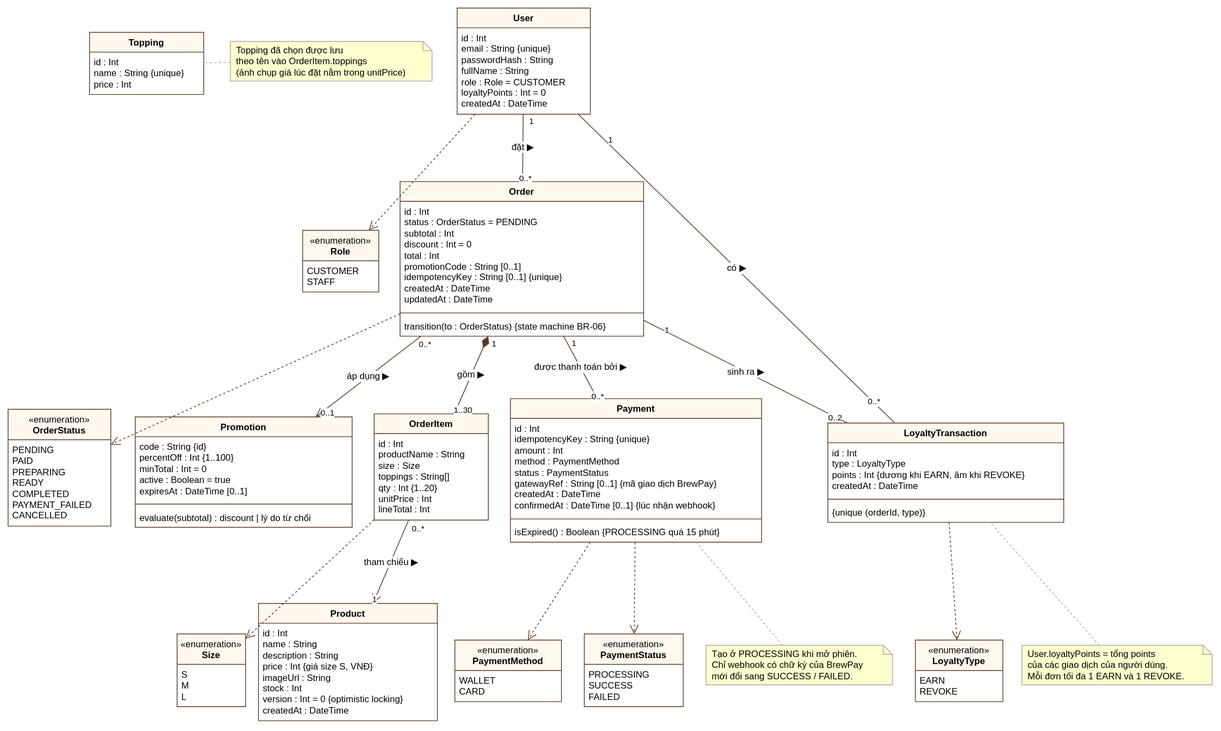
The draw.io diagram docs/diagrams/class-domain.svg in PhucLee23/brewlite-assignment2, before a commit. Source tidied: cells renumbered, new cells last; positions are measured from the earlier drawing's top-left corner, leaving out a move shared by most shapes.
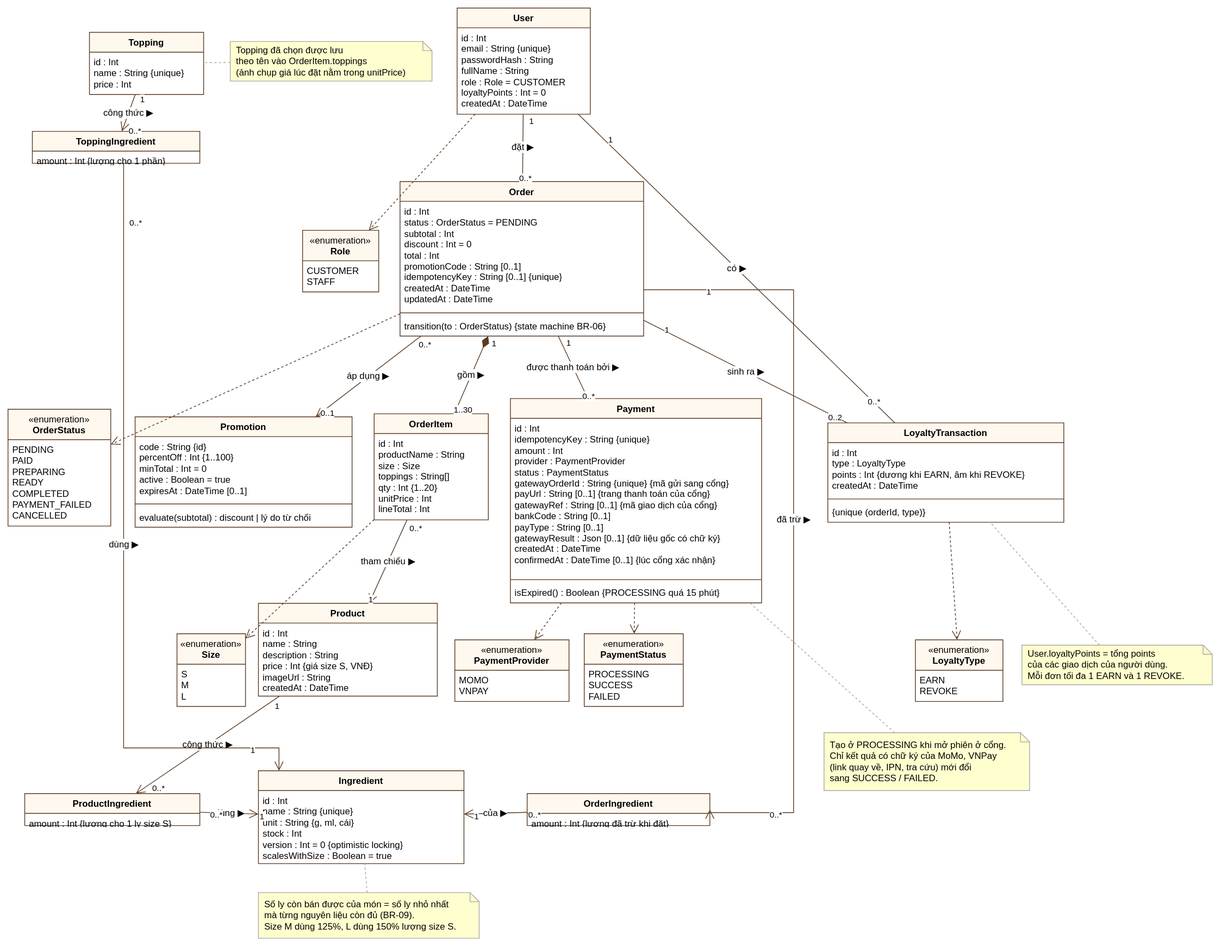
The same file after the commit.

Commit message:
docs(diagrams): xuất lại ảnh class diagram sau khi thêm nguyên liệu, cổng MoMo/VNPay

Change to the diagram source:
```diff
@@ -57,16 +57,16 @@
       <mxGeometry y="26" width="150" height="113.5" as="geometry" />
     </mxCell>
     <mxCell id="20" value="&lt;b&gt;Payment&lt;/b&gt;" style="swimlane;fontStyle=0;align=center;verticalAlign=top;horizontal=1;startSize=26;whiteSpace=wrap;fillColor=#FFF8EE;strokeColor=#5A3A22;fontFamily=Arial;fontSize=12;html=1;" parent="1" vertex="1">
-      <mxGeometry x="660" y="513" width="330" height="188.5" as="geometry" />
+      <mxGeometry x="660" y="513" width="330" height="268.5" as="geometry" />
     </mxCell>
-    <mxCell id="21" value="id : Int&lt;br&gt;idempotencyKey : String {unique}&lt;br&gt;amount : Int&lt;br&gt;method : PaymentMethod&lt;br&gt;status : PaymentStatus&lt;br&gt;gatewayRef : String [0..1] {mã giao dịch BrewPay}&lt;br&gt;createdAt : DateTime&lt;br&gt;confirmedAt : DateTime [0..1] {lúc nhận webhook}" style="text;strokeColor=none;fillColor=none;align=left;verticalAlign=top;spacingLeft=4;spacingRight=4;overflow=hidden;whiteSpace=wrap;html=1;fontFamily=Arial;fontSize=12;" parent="20" vertex="1">
-      <mxGeometry y="26" width="330" height="128" as="geometry" />
+    <mxCell id="21" value="id : Int&lt;br&gt;idempotencyKey : String {unique}&lt;br&gt;amount : Int&lt;br&gt;provider : PaymentProvider&lt;br&gt;status : PaymentStatus&lt;br&gt;gatewayOrderId : String {unique} {mã gửi sang cổng}&lt;br&gt;payUrl : String [0..1] {trang thanh toán của cổng}&lt;br&gt;gatewayRef : String [0..1] {mã giao dịch của cổng}&lt;br&gt;bankCode : String [0..1]&lt;br&gt;payType : String [0..1]&lt;br&gt;gatewayResult : Json [0..1] {dữ liệu gốc có chữ ký}&lt;br&gt;createdAt : DateTime&lt;br&gt;confirmedAt : DateTime [0..1] {lúc cổng xác nhận}" style="text;strokeColor=none;fillColor=none;align=left;verticalAlign=top;spacingLeft=4;spacingRight=4;overflow=hidden;whiteSpace=wrap;html=1;fontFamily=Arial;fontSize=12;" parent="20" vertex="1">
+      <mxGeometry y="26" width="330" height="208" as="geometry" />
     </mxCell>
     <mxCell id="22" style="line;strokeWidth=1;fillColor=none;align=left;verticalAlign=middle;spacingTop=-1;spacingLeft=3;spacingRight=3;labelPosition=right;strokeColor=#5A3A22;" parent="20" vertex="1">
-      <mxGeometry y="154" width="330" height="8" as="geometry" />
+      <mxGeometry y="234" width="330" height="8" as="geometry" />
     </mxCell>
     <mxCell id="23" value="isExpired() : Boolean {PROCESSING quá 15 phút}" style="text;strokeColor=none;fillColor=none;align=left;verticalAlign=top;spacingLeft=4;spacingRight=4;overflow=hidden;whiteSpace=wrap;html=1;fontFamily=Arial;fontSize=12;" parent="20" vertex="1">
-      <mxGeometry y="162" width="330" height="26.5" as="geometry" />
+      <mxGeometry y="242" width="330" height="26.5" as="geometry" />
     </mxCell>
     <mxCell id="24" value="&lt;b&gt;LoyaltyTransaction&lt;/b&gt;" style="swimlane;fontStyle=0;align=center;verticalAlign=top;horizontal=1;startSize=26;whiteSpace=wrap;fillColor=#FFF8EE;strokeColor=#5A3A22;fontFamily=Arial;fontSize=12;html=1;" parent="1" vertex="1">
       <mxGeometry x="1077" y="545" width="310" height="130.5" as="geometry" />
@@ -87,17 +87,17 @@
       <mxGeometry y="40" width="90" height="55.5" as="geometry" />
     </mxCell>
     <mxCell id="30" value="&lt;b&gt;Product&lt;/b&gt;" style="swimlane;fontStyle=0;align=center;verticalAlign=top;horizontal=1;startSize=26;whiteSpace=wrap;fillColor=#FFF8EE;strokeColor=#5A3A22;fontFamily=Arial;fontSize=12;html=1;" parent="1" vertex="1">
-      <mxGeometry x="329" y="782" width="235" height="154" as="geometry" />
+      <mxGeometry x="329" y="782" width="235" height="122" as="geometry" />
     </mxCell>
-    <mxCell id="31" value="id : Int&lt;br&gt;name : String&lt;br&gt;description : String&lt;br&gt;price : Int {giá size S, VNĐ}&lt;br&gt;imageUrl : String&lt;br&gt;stock : Int&lt;br&gt;version : Int = 0 {optimistic locking}&lt;br&gt;createdAt : DateTime" style="text;strokeColor=none;fillColor=none;align=left;verticalAlign=top;spacingLeft=4;spacingRight=4;overflow=hidden;whiteSpace=wrap;html=1;fontFamily=Arial;fontSize=12;" parent="30" vertex="1">
-      <mxGeometry y="26" width="235" height="128" as="geometry" />
+    <mxCell id="31" value="id : Int&lt;br&gt;name : String&lt;br&gt;description : String&lt;br&gt;price : Int {giá size S, VNĐ}&lt;br&gt;imageUrl : String&lt;br&gt;createdAt : DateTime" style="text;strokeColor=none;fillColor=none;align=left;verticalAlign=top;spacingLeft=4;spacingRight=4;overflow=hidden;whiteSpace=wrap;html=1;fontFamily=Arial;fontSize=12;" parent="30" vertex="1">
+      <mxGeometry y="26" width="235" height="96" as="geometry" />
     </mxCell>
-    <mxCell id="32" value="«enumeration»&lt;br&gt;&lt;b&gt;PaymentMethod&lt;/b&gt;" style="swimlane;fontStyle=0;align=center;verticalAlign=top;horizontal=1;startSize=40;whiteSpace=wrap;fillColor=#FFF8EE;strokeColor=#5A3A22;fontFamily=Arial;fontSize=12;html=1;" parent="1" vertex="1">
-      <mxGeometry x="587" y="830" width="140" height="81" as="geometry" />
-    </mxCell>
-    <mxCell id="33" value="WALLET&lt;br&gt;CARD" style="text;strokeColor=none;fillColor=none;align=left;verticalAlign=top;spacingLeft=4;spacingRight=4;overflow=hidden;whiteSpace=wrap;html=1;fontFamily=Arial;fontSize=12;" parent="32" vertex="1">
-      <mxGeometry y="40" width="140" height="41" as="geometry" />
-    </mxCell>
+    <mxCell id="71" value="«enumeration»&lt;br&gt;&lt;b&gt;PaymentProvider&lt;/b&gt;" style="swimlane;fontStyle=0;align=center;verticalAlign=top;horizontal=1;startSize=40;whiteSpace=wrap;fillColor=#FFF8EE;strokeColor=#5A3A22;fontFamily=Arial;fontSize=12;html=1;" parent="1" vertex="1">
+      <mxGeometry x="587" y="830" width="150" height="81" as="geometry" />
+    </mxCell>
+    <mxCell id="72" value="MOMO&lt;br&gt;VNPAY" style="text;strokeColor=none;fillColor=none;align=left;verticalAlign=top;spacingLeft=4;spacingRight=4;overflow=hidden;whiteSpace=wrap;html=1;fontFamily=Arial;fontSize=12;" parent="71" vertex="1">
+      <mxGeometry y="40" width="150" height="41" as="geometry" />
+    </mxCell>
     <mxCell id="34" value="«enumeration»&lt;br&gt;&lt;b&gt;PaymentStatus&lt;/b&gt;" style="swimlane;fontStyle=0;align=center;verticalAlign=top;horizontal=1;startSize=40;whiteSpace=wrap;fillColor=#FFF8EE;strokeColor=#5A3A22;fontFamily=Arial;fontSize=12;html=1;" parent="1" vertex="1">
       <mxGeometry x="757" y="822" width="130" height="95.5" as="geometry" />
     </mxCell>
@@ -116,8 +116,8 @@
     <mxCell id="39" style="endArrow=none;dashed=1;html=1;strokeColor=#A8A8A8;" parent="1" edge="1" source="38" target="2">
       <mxGeometry relative="1" as="geometry" />
     </mxCell>
-    <mxCell id="40" value="Tạo ở PROCESSING khi mở phiên.&lt;br&gt;Chỉ webhook có chữ ký của BrewPay&lt;br&gt;mới đổi sang SUCCESS / FAILED." style="shape=note;whiteSpace=wrap;html=1;size=12;fillColor=#FEFECE;strokeColor=#A8A8A8;align=left;spacingLeft=6;fontFamily=Arial;fontSize=12;" parent="1" vertex="1">
-      <mxGeometry x="917" y="837" width="245" height="52" as="geometry" />
+    <mxCell id="40" value="Tạo ở PROCESSING khi mở phiên ở cổng.&lt;br&gt;Chỉ kết quả có chữ ký của MoMo, VNPay&lt;br&gt;(link quay về, IPN, tra cứu) mới đổi&lt;br&gt;sang SUCCESS / FAILED." style="shape=note;whiteSpace=wrap;html=1;size=12;fillColor=#FEFECE;strokeColor=#A8A8A8;align=left;spacingLeft=6;fontFamily=Arial;fontSize=12;" parent="1" vertex="1">
+      <mxGeometry x="1072" y="952" width="270" height="76" as="geometry" />
     </mxCell>
     <mxCell id="41" style="endArrow=none;dashed=1;html=1;strokeColor=#A8A8A8;" parent="1" edge="1" source="40" target="20">
       <mxGeometry relative="1" as="geometry" />
@@ -228,7 +228,7 @@
     <mxCell id="67" style="endArrow=open;endFill=0;endSize=10;dashed=1;html=1;rounded=0;strokeColor=#5A3A22;fontFamily=Arial;fontSize=12;labelBackgroundColor=#FFFFFF;" parent="1" edge="1" source="18" target="28">
       <mxGeometry relative="1" as="geometry" />
     </mxCell>
-    <mxCell id="68" style="endArrow=open;endFill=0;endSize=10;dashed=1;html=1;rounded=0;strokeColor=#5A3A22;fontFamily=Arial;fontSize=12;labelBackgroundColor=#FFFFFF;" parent="1" edge="1" source="20" target="32">
+    <mxCell id="68" style="endArrow=open;endFill=0;endSize=10;dashed=1;html=1;rounded=0;strokeColor=#5A3A22;fontFamily=Arial;fontSize=12;labelBackgroundColor=#FFFFFF;" parent="1" edge="1" source="20" target="71">
       <mxGeometry relative="1" as="geometry" />
     </mxCell>
     <mxCell id="69" style="endArrow=open;endFill=0;endSize=10;dashed=1;html=1;rounded=0;strokeColor=#5A3A22;fontFamily=Arial;fontSize=12;labelBackgroundColor=#FFFFFF;" parent="1" edge="1" source="20" target="34">
@@ -237,5 +237,123 @@
     <mxCell id="70" style="endArrow=open;endFill=0;endSize=10;dashed=1;html=1;rounded=0;strokeColor=#5A3A22;fontFamily=Arial;fontSize=12;labelBackgroundColor=#FFFFFF;" parent="1" edge="1" source="24" target="36">
       <mxGeometry relative="1" as="geometry" />
     </mxCell>
+    <mxCell id="73" value="&lt;b&gt;Ingredient&lt;/b&gt;" style="swimlane;fontStyle=0;align=center;verticalAlign=top;horizontal=1;startSize=26;whiteSpace=wrap;fillColor=#FFF8EE;strokeColor=#5A3A22;fontFamily=Arial;fontSize=12;html=1;" parent="1" vertex="1">
+      <mxGeometry x="329" y="1002" width="270" height="122" as="geometry" />
+    </mxCell>
+    <mxCell id="74" value="id : Int&lt;br&gt;name : String {unique}&lt;br&gt;unit : String {g, ml, cái}&lt;br&gt;stock : Int&lt;br&gt;version : Int = 0 {optimistic locking}&lt;br&gt;scalesWithSize : Boolean = true" style="text;strokeColor=none;fillColor=none;align=left;verticalAlign=top;spacingLeft=4;spacingRight=4;overflow=hidden;whiteSpace=wrap;html=1;fontFamily=Arial;fontSize=12;" parent="73" vertex="1">
+      <mxGeometry y="26" width="270" height="96" as="geometry" />
+    </mxCell>
+    <mxCell id="75" value="&lt;b&gt;ProductIngredient&lt;/b&gt;" style="swimlane;fontStyle=0;align=center;verticalAlign=top;horizontal=1;startSize=26;whiteSpace=wrap;fillColor=#FFF8EE;strokeColor=#5A3A22;fontFamily=Arial;fontSize=12;html=1;" parent="1" vertex="1">
+      <mxGeometry x="22" y="1032" width="230" height="42" as="geometry" />
+    </mxCell>
+    <mxCell id="76" value="amount : Int {lượng cho 1 ly size S}" style="text;strokeColor=none;fillColor=none;align=left;verticalAlign=top;spacingLeft=4;spacingRight=4;overflow=hidden;whiteSpace=wrap;html=1;fontFamily=Arial;fontSize=12;" parent="75" vertex="1">
+      <mxGeometry y="26" width="230" height="16" as="geometry" />
+    </mxCell>
+    <mxCell id="77" value="&lt;b&gt;ToppingIngredient&lt;/b&gt;" style="swimlane;fontStyle=0;align=center;verticalAlign=top;horizontal=1;startSize=26;whiteSpace=wrap;fillColor=#FFF8EE;strokeColor=#5A3A22;fontFamily=Arial;fontSize=12;html=1;" parent="1" vertex="1">
+      <mxGeometry x="32" y="162" width="220" height="42" as="geometry" />
+    </mxCell>
+    <mxCell id="78" value="amount : Int {lượng cho 1 phần}" style="text;strokeColor=none;fillColor=none;align=left;verticalAlign=top;spacingLeft=4;spacingRight=4;overflow=hidden;whiteSpace=wrap;html=1;fontFamily=Arial;fontSize=12;" parent="77" vertex="1">
+      <mxGeometry y="26" width="220" height="16" as="geometry" />
+    </mxCell>
+    <mxCell id="79" value="&lt;b&gt;OrderIngredient&lt;/b&gt;" style="swimlane;fontStyle=0;align=center;verticalAlign=top;horizontal=1;startSize=26;whiteSpace=wrap;fillColor=#FFF8EE;strokeColor=#5A3A22;fontFamily=Arial;fontSize=12;html=1;" parent="1" vertex="1">
+      <mxGeometry x="682" y="1032" width="240" height="42" as="geometry" />
+    </mxCell>
+    <mxCell id="80" value="amount : Int {lượng đã trừ khi đặt}" style="text;strokeColor=none;fillColor=none;align=left;verticalAlign=top;spacingLeft=4;spacingRight=4;overflow=hidden;whiteSpace=wrap;html=1;fontFamily=Arial;fontSize=12;" parent="79" vertex="1">
+      <mxGeometry y="26" width="240" height="16" as="geometry" />
+    </mxCell>
+    <mxCell id="81" value="công thức ▶" style="endArrow=open;endFill=0;endSize=10;html=1;rounded=0;strokeColor=#5A3A22;fontFamily=Arial;fontSize=12;labelBackgroundColor=#FFFFFF;" parent="1" edge="1" source="30" target="75">
+      <mxGeometry relative="1" as="geometry" />
+    </mxCell>
+    <mxCell id="82" value="1" style="edgeLabel;html=1;fontFamily=Arial;fontSize=11;labelBackgroundColor=#FFFFFF;" parent="81" vertex="1">
+      <mxGeometry x="-0.85" relative="1" as="geometry">
+        <mxPoint x="6" y="-10" as="offset" />
+      </mxGeometry>
+    </mxCell>
+    <mxCell id="83" value="0..*" style="edgeLabel;html=1;fontFamily=Arial;fontSize=11;labelBackgroundColor=#FFFFFF;" parent="81" vertex="1">
+      <mxGeometry x="0.85" relative="1" as="geometry">
+        <mxPoint x="6" y="-10" as="offset" />
+      </mxGeometry>
+    </mxCell>
+    <mxCell id="84" value="dùng ▶" style="endArrow=open;endFill=0;endSize=10;html=1;rounded=0;strokeColor=#5A3A22;fontFamily=Arial;fontSize=12;labelBackgroundColor=#FFFFFF;" parent="1" edge="1" source="75" target="73">
+      <mxGeometry relative="1" as="geometry" />
+    </mxCell>
+    <mxCell id="85" value="0..*" style="edgeLabel;html=1;fontFamily=Arial;fontSize=11;labelBackgroundColor=#FFFFFF;" parent="84" vertex="1">
+      <mxGeometry x="-0.85" relative="1" as="geometry">
+        <mxPoint x="6" y="-10" as="offset" />
+      </mxGeometry>
+    </mxCell>
+    <mxCell id="86" value="1" style="edgeLabel;html=1;fontFamily=Arial;fontSize=11;labelBackgroundColor=#FFFFFF;" parent="84" vertex="1">
+      <mxGeometry x="0.85" relative="1" as="geometry">
+        <mxPoint x="6" y="-10" as="offset" />
+      </mxGeometry>
+    </mxCell>
+    <mxCell id="87" value="công thức ▶" style="endArrow=open;endFill=0;endSize=10;html=1;rounded=0;strokeColor=#5A3A22;fontFamily=Arial;fontSize=12;labelBackgroundColor=#FFFFFF;" parent="1" edge="1" source="2" target="77">
+      <mxGeometry relative="1" as="geometry" />
+    </mxCell>
+    <mxCell id="88" value="1" style="edgeLabel;html=1;fontFamily=Arial;fontSize=11;labelBackgroundColor=#FFFFFF;" parent="87" vertex="1">
+      <mxGeometry x="-0.85" relative="1" as="geometry">
+        <mxPoint x="6" y="-10" as="offset" />
+      </mxGeometry>
+    </mxCell>
+    <mxCell id="89" value="0..*" style="edgeLabel;html=1;fontFamily=Arial;fontSize=11;labelBackgroundColor=#FFFFFF;" parent="87" vertex="1">
+      <mxGeometry x="0.85" relative="1" as="geometry">
+        <mxPoint x="6" y="-10" as="offset" />
+      </mxGeometry>
+    </mxCell>
+    <mxCell id="90" value="dùng ▶" style="endArrow=open;endFill=0;endSize=10;html=1;rounded=0;strokeColor=#5A3A22;fontFamily=Arial;fontSize=12;labelBackgroundColor=#FFFFFF;edgeStyle=orthogonalEdgeStyle;exitX=0.545;exitY=1;exitDx=0;exitDy=0;entryX=0.1;entryY=0;entryDx=0;entryDy=0;" parent="1" edge="1" source="77" target="73">
+      <mxGeometry relative="1" as="geometry">
+        <Array as="points">
+          <mxPoint x="152" y="972" />
+          <mxPoint x="356" y="972" />
+        </Array>
+      </mxGeometry>
+    </mxCell>
+    <mxCell id="91" value="0..*" style="edgeLabel;html=1;fontFamily=Arial;fontSize=11;labelBackgroundColor=#FFFFFF;" parent="90" vertex="1">
+      <mxGeometry x="-0.85" relative="1" as="geometry">
+        <mxPoint x="6" y="-10" as="offset" />
+      </mxGeometry>
+    </mxCell>
+    <mxCell id="92" value="1" style="edgeLabel;html=1;fontFamily=Arial;fontSize=11;labelBackgroundColor=#FFFFFF;" parent="90" vertex="1">
+      <mxGeometry x="0.85" relative="1" as="geometry">
+        <mxPoint x="6" y="-10" as="offset" />
+      </mxGeometry>
+    </mxCell>
+    <mxCell id="93" value="đã trừ ▶" style="endArrow=open;endFill=0;endSize=10;html=1;rounded=0;strokeColor=#5A3A22;fontFamily=Arial;fontSize=12;labelBackgroundColor=#FFFFFF;edgeStyle=orthogonalEdgeStyle;exitX=1;exitY=0.7;exitDx=0;exitDy=0;entryX=1;entryY=0.5;entryDx=0;entryDy=0;" parent="1" edge="1" source="8" target="79">
+      <mxGeometry relative="1" as="geometry">
+        <Array as="points">
+          <mxPoint x="1032" y="370" />
+          <mxPoint x="1032" y="1057" />
+        </Array>
+      </mxGeometry>
+    </mxCell>
+    <mxCell id="94" value="1" style="edgeLabel;html=1;fontFamily=Arial;fontSize=11;labelBackgroundColor=#FFFFFF;" parent="93" vertex="1">
+      <mxGeometry x="-0.85" relative="1" as="geometry">
+        <mxPoint x="6" y="-10" as="offset" />
+      </mxGeometry>
+    </mxCell>
+    <mxCell id="95" value="0..*" style="edgeLabel;html=1;fontFamily=Arial;fontSize=11;labelBackgroundColor=#FFFFFF;" parent="93" vertex="1">
+      <mxGeometry x="0.85" relative="1" as="geometry">
+        <mxPoint x="6" y="-10" as="offset" />
+      </mxGeometry>
+    </mxCell>
+    <mxCell id="96" value="của ▶" style="endArrow=open;endFill=0;endSize=10;html=1;rounded=0;strokeColor=#5A3A22;fontFamily=Arial;fontSize=12;labelBackgroundColor=#FFFFFF;" parent="1" edge="1" source="79" target="73">
+      <mxGeometry relative="1" as="geometry" />
+    </mxCell>
+    <mxCell id="97" value="0..*" style="edgeLabel;html=1;fontFamily=Arial;fontSize=11;labelBackgroundColor=#FFFFFF;" parent="96" vertex="1">
+      <mxGeometry x="-0.85" relative="1" as="geometry">
+        <mxPoint x="6" y="-10" as="offset" />
+      </mxGeometry>
+    </mxCell>
+    <mxCell id="98" value="1" style="edgeLabel;html=1;fontFamily=Arial;fontSize=11;labelBackgroundColor=#FFFFFF;" parent="96" vertex="1">
+      <mxGeometry x="0.85" relative="1" as="geometry">
+        <mxPoint x="6" y="-10" as="offset" />
+      </mxGeometry>
+    </mxCell>
+    <mxCell id="99" value="Số ly còn bán được của món = số ly nhỏ nhất&lt;br&gt;mà từng nguyên liệu còn đủ (BR-09).&lt;br&gt;Size M dùng 125%, L dùng 150% lượng size S." style="shape=note;whiteSpace=wrap;html=1;size=12;fillColor=#FEFECE;strokeColor=#A8A8A8;align=left;spacingLeft=6;fontFamily=Arial;fontSize=12;" parent="1" vertex="1">
+      <mxGeometry x="329" y="1162" width="290" height="60" as="geometry" />
+    </mxCell>
+    <mxCell id="100" style="endArrow=none;dashed=1;html=1;strokeColor=#A8A8A8;" parent="1" edge="1" source="99" target="73">
+      <mxGeometry relative="1" as="geometry" />
+    </mxCell>
   </root>
 </mxGraphModel>
```
